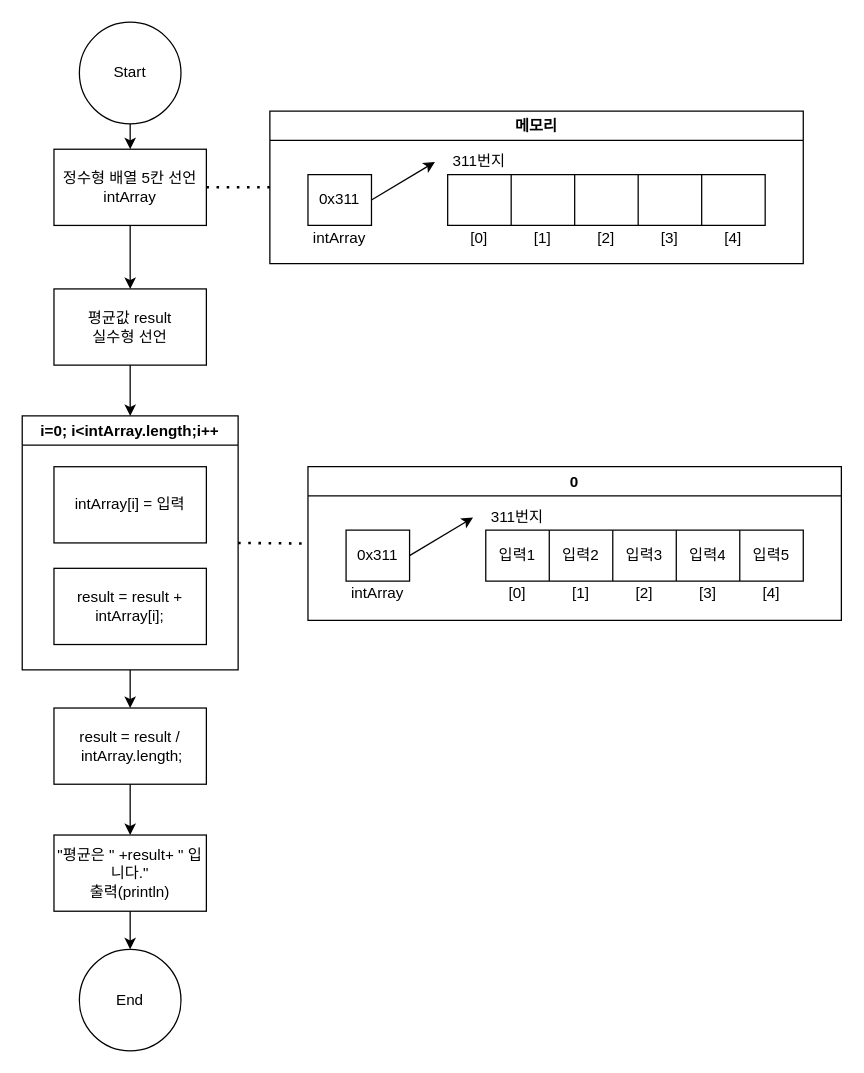
jeter5274/Practice04 keeps this draw.io diagram as page "Ex05" (5 of 9) of src/com/javaex/practice/Practice04.drawio. Above is the earlier version. Source tidied: cells renumbered, new cells numbered last; positions are measured from the earlier drawing's top-left corner, leaving out a move shared by most shapes. Both pictures are drawn from the tidied source at 127%, with x=0, y=0 at pixel (22, 22).
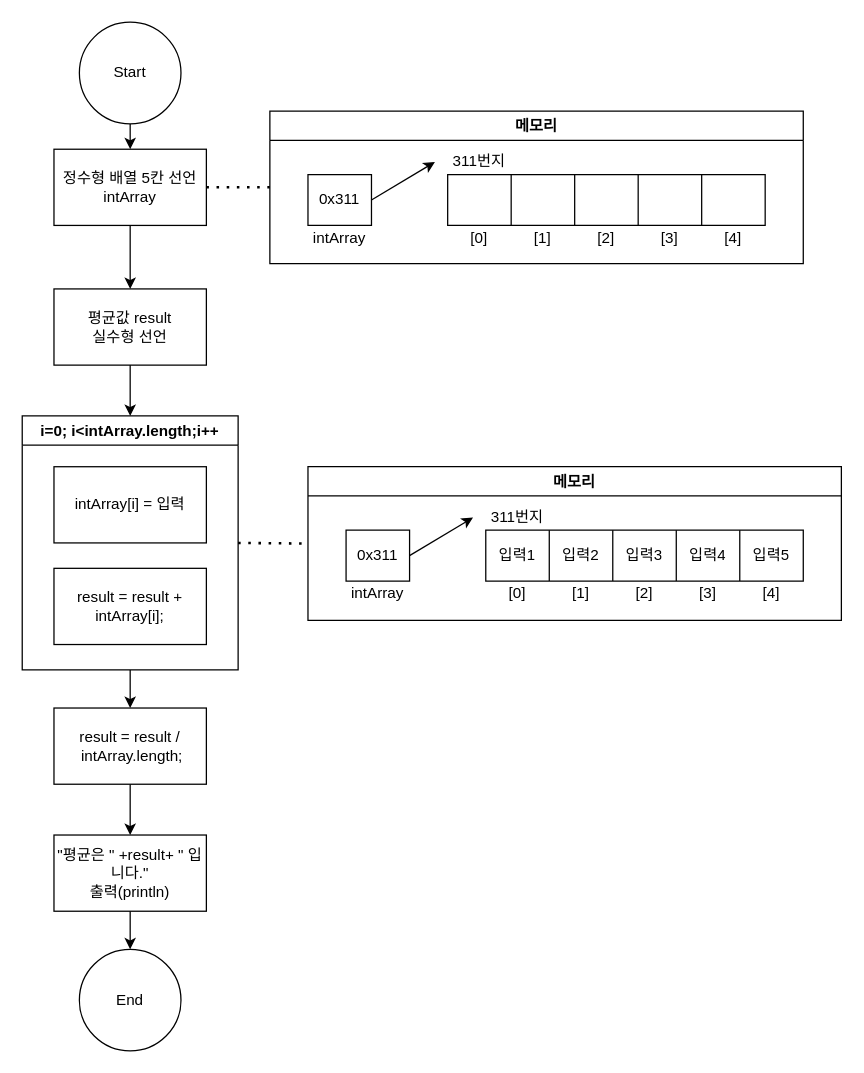
The same diagram, later.

Diff of the diagram source:
```diff
@@
-    <mxCell id="31" value="0" style="swimlane;" parent="1" vertex="1">
+    <mxCell id="31" value="메모리" style="swimlane;" parent="1" vertex="1">
       <mxGeometry x="225" y="350" width="420" height="121" as="geometry" />
     </mxCell>
```
